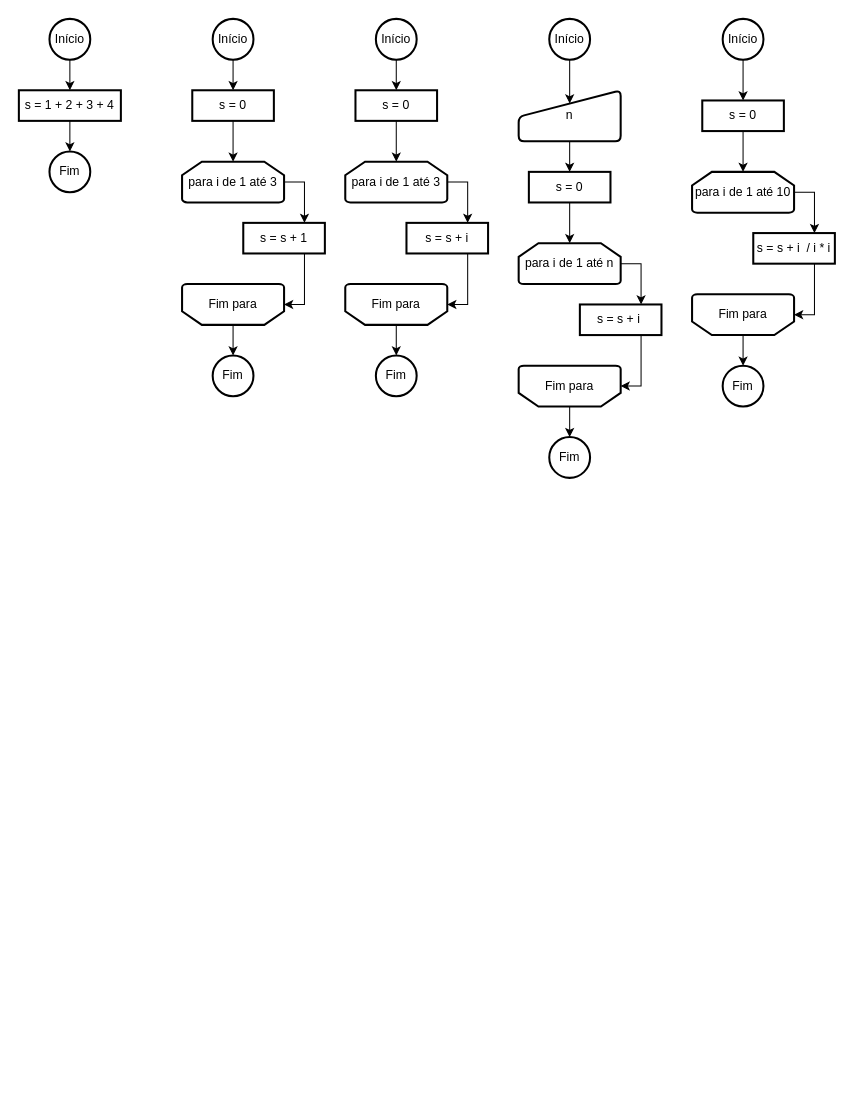
MarczalTSIGP/TSI31C-Flowcharts keeps this draw.io diagram as Diagrama sem nome.drawio. Above is the earlier version. Source tidied: cells renumbered, new cells numbered last; positions are measured from the earlier drawing's top-left corner, leaving out a move shared by most shapes. Both pictures are drawn from the tidied source at 102%, with x=0, y=0 at pixel (18, 18).
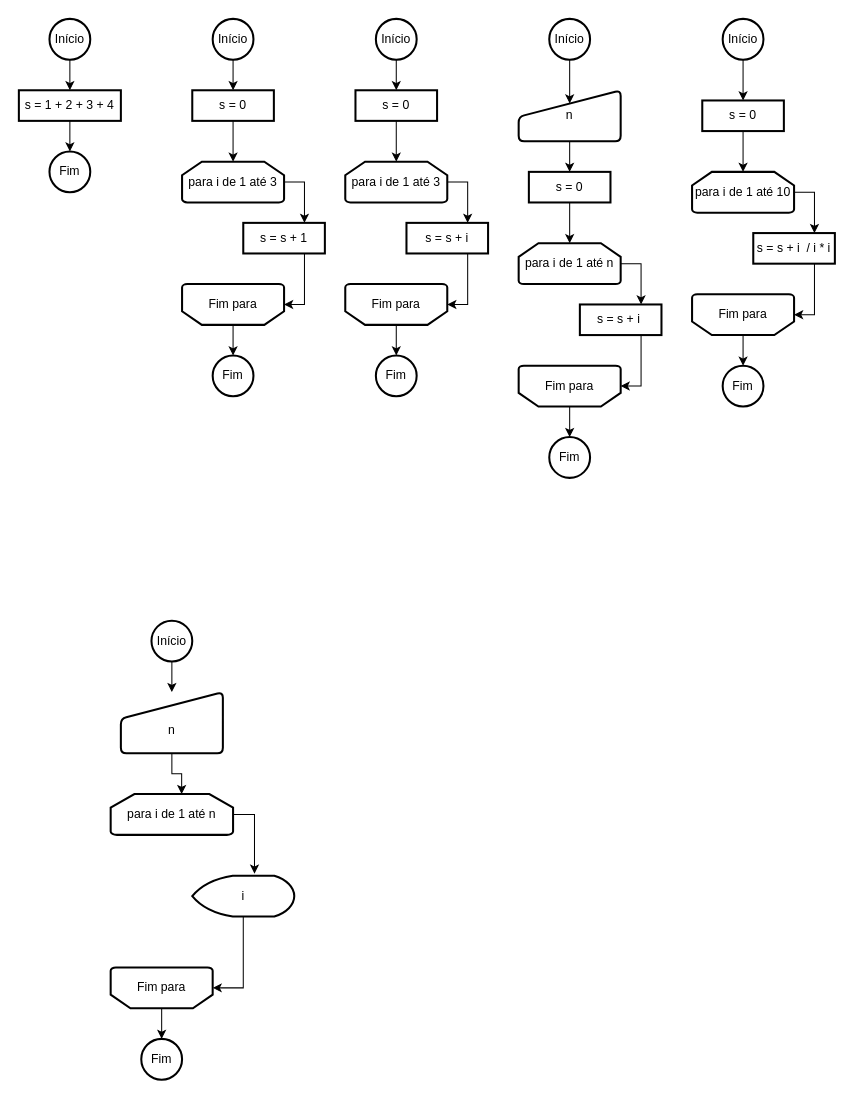
After the change.

What changed in the source:
```diff
@@
+    <mxCell id="61" style="edgeStyle=orthogonalEdgeStyle;rounded=0;jettySize=auto;html=1;" parent="1" edge="1" source="62" target="71">
+      <mxGeometry relative="1" as="geometry" />
+    </mxCell>
+    <mxCell id="62" value="Início" style="strokeWidth=2;html=1;shape=mxgraph.flowchart.start_2;whiteSpace=wrap;" parent="1" vertex="1">
+      <mxGeometry x="130" y="590" width="40" height="40" as="geometry" />
+    </mxCell>
+    <mxCell id="63" value="Fim" style="strokeWidth=2;html=1;shape=mxgraph.flowchart.start_2;whiteSpace=wrap;" parent="1" vertex="1">
+      <mxGeometry x="120" y="1000" width="40" height="40" as="geometry" />
+    </mxCell>
+    <mxCell id="64" style="edgeStyle=orthogonalEdgeStyle;rounded=0;jettySize=auto;html=1;entryX=0.61;entryY=-0.05;entryDx=0;entryDy=0;entryPerimeter=0;exitX=1;exitY=0.5;exitDx=0;exitDy=0;exitPerimeter=0;" parent="1" edge="1" source="65" target="73">
+      <mxGeometry relative="1" as="geometry" />
+    </mxCell>
+    <mxCell id="65" value="para i de 1 até n" style="strokeWidth=2;html=1;shape=mxgraph.flowchart.loop_limit;whiteSpace=wrap;" parent="1" vertex="1">
+      <mxGeometry x="90" y="760" width="120" height="40" as="geometry" />
+    </mxCell>
+    <mxCell id="66" style="group;" parent="1" vertex="1">
+      <mxGeometry x="90" y="930" width="100" height="40" as="geometry" />
+    </mxCell>
+    <mxCell id="67" style="strokeWidth=2;html=1;shape=mxgraph.flowchart.loop_limit;whiteSpace=wrap;rotation=-180;horizontal=1;verticalAlign=middle;textDirection=ltr;" parent="66" vertex="1">
+      <mxGeometry width="100" height="40" as="geometry" />
+    </mxCell>
+    <mxCell id="68" value="Fim para" style="text;strokeColor=none;align=center;fillColor=none;html=1;verticalAlign=middle;whiteSpace=wrap;rounded=0;" parent="66" vertex="1">
+      <mxGeometry x="20" y="10" width="60" height="20" as="geometry" />
+    </mxCell>
+    <mxCell id="69" style="edgeStyle=orthogonalEdgeStyle;rounded=0;jettySize=auto;html=1;entryX=0.5;entryY=0;entryDx=0;entryDy=0;entryPerimeter=0;" parent="1" edge="1" source="67" target="63">
+      <mxGeometry relative="1" as="geometry" />
+    </mxCell>
+    <mxCell id="70" style="edgeStyle=orthogonalEdgeStyle;rounded=0;jettySize=auto;html=1;entryX=0.58;entryY=0;entryDx=0;entryDy=0;entryPerimeter=0;" parent="1" edge="1" source="71" target="65">
+      <mxGeometry relative="1" as="geometry" />
+    </mxCell>
+    <mxCell id="71" value="&lt;br&gt;n" style="html=1;strokeWidth=2;shape=manualInput;whiteSpace=wrap;rounded=1;size=26;arcSize=11;" parent="1" vertex="1">
+      <mxGeometry x="100" y="660" width="100" height="60" as="geometry" />
+    </mxCell>
+    <mxCell id="72" style="edgeStyle=orthogonalEdgeStyle;rounded=0;jettySize=auto;html=1;entryX=0;entryY=0.5;entryDx=0;entryDy=0;entryPerimeter=0;" parent="1" edge="1" source="73" target="67">
+      <mxGeometry relative="1" as="geometry" />
+    </mxCell>
+    <mxCell id="73" value="i" style="strokeWidth=2;html=1;shape=mxgraph.flowchart.display;whiteSpace=wrap;" parent="1" vertex="1">
+      <mxGeometry x="170" y="840" width="100" height="40" as="geometry" />
+    </mxCell>
```
